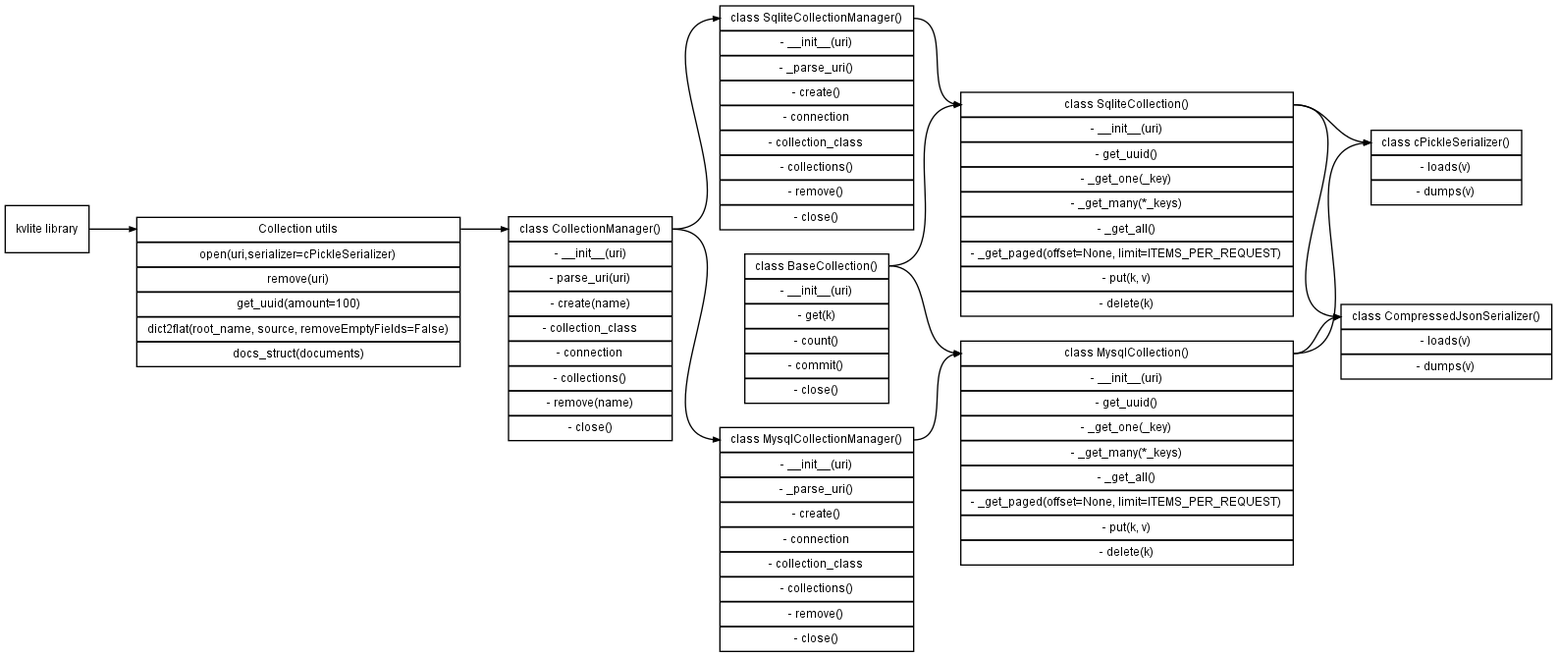
The Graphviz diagram docs/kvlite.png in ownport/kvlite, before a commit. Its source is kept beside it as docs/kvlite.gv.
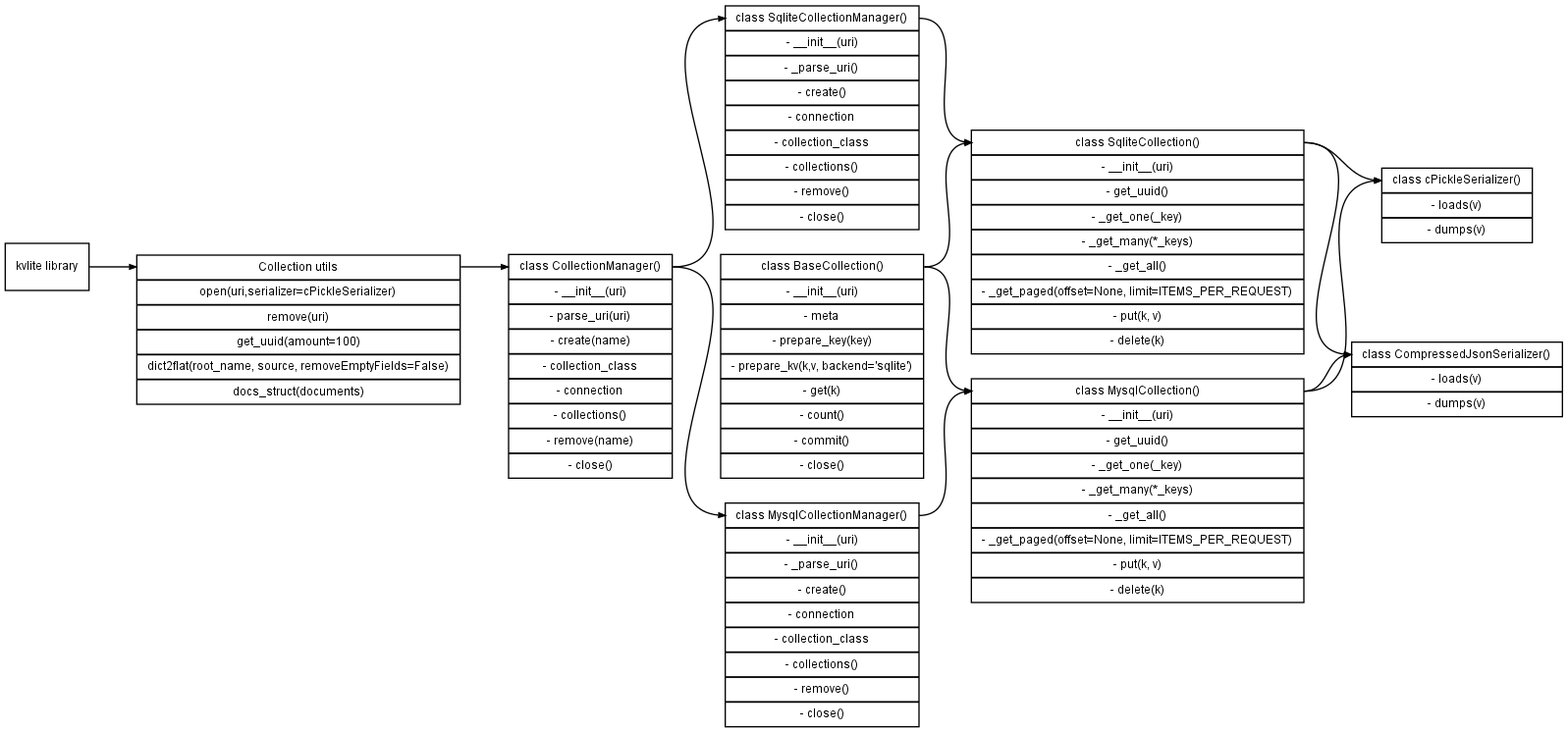
Later version of the same file.

The edit, as a diff of the source:
```diff
@@ -49,6 +49,9 @@
     BaseCollection [
                     label="<top>       class BaseCollection() |\
                            <init>           - __init__(uri) |\
+                           <meta>           - meta |\
+                           <prepare_key>    - prepare_key(key) |\
+                           <prepare_kv>     - prepare_kv(k,v, backend='sqlite') |\
                            <get>            - get(k) |\
                            <count>          - count() |\
                            <commit>         - commit() |\
```
